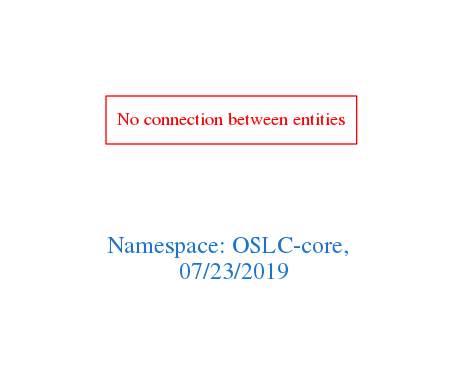
This is downloads/OSLC-core.png from arago/OGIT, a Graphviz export, as it was before one commit. Its source is kept beside it as downloads/OSLC-core.dot.
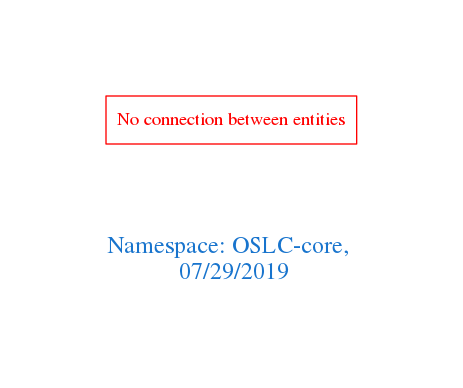
After the change.

The edit, as a diff of the source:
```diff
@@ -1,7 +1,7 @@
 digraph OGIT_ontology {
  graph [ rankdir= LR,pad=1
 fontsize = 18,
-fontcolor= dodgerblue3,label = "\n\n\nNamespace: OSLC-core, \n 07/23/2019"];
+fontcolor= dodgerblue3,label = "\n\n\nNamespace: OSLC-core, \n 07/29/2019"];
 node[shape=polygon];
 edge [  color="gray81"];
 
```
